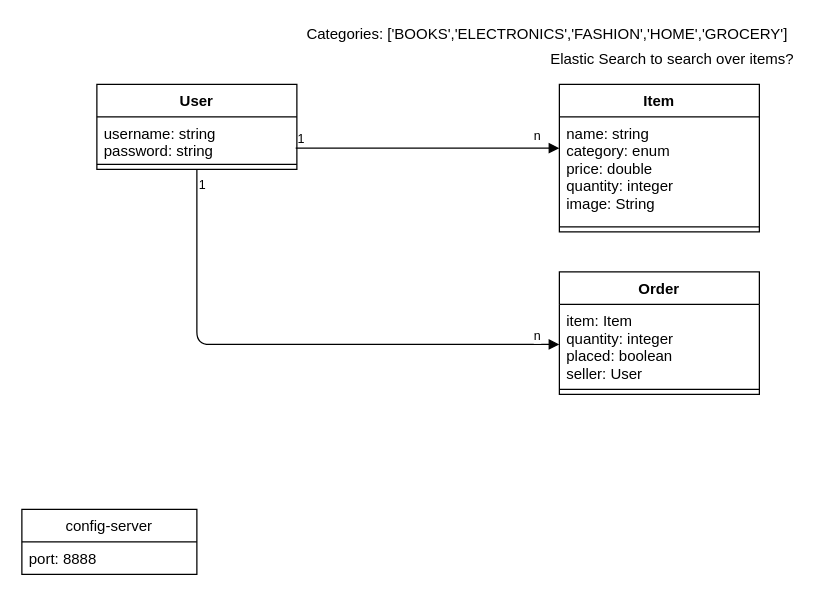
aarnav982023/retailApplicationBackend keeps this draw.io diagram as Retail Application UML.drawio. Above is the earlier version. Source tidied: cells renumbered, new cells numbered last; positions are measured from the earlier drawing's top-left corner, leaving out a move shared by most shapes. Both pictures are drawn from the tidied source at 125%, with x=0, y=0 at pixel (21, 21).
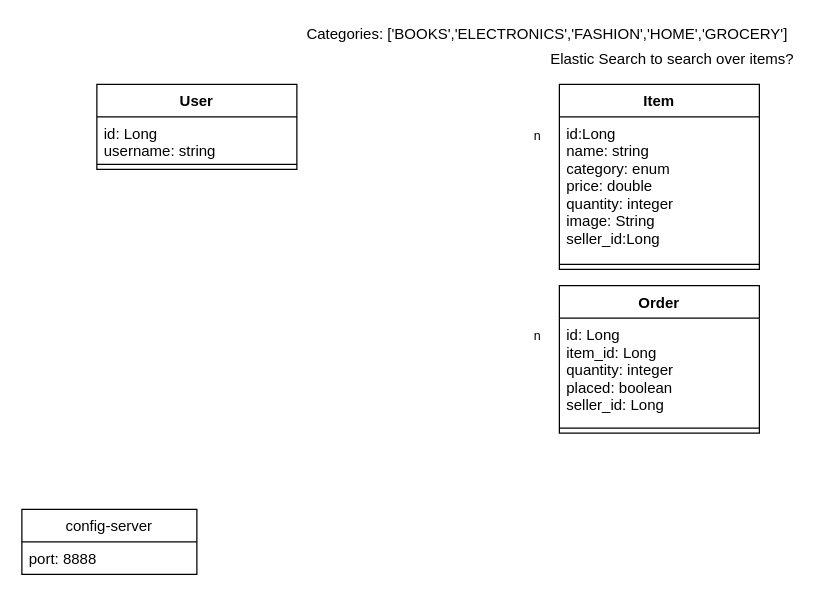
After the change.

The change refers to these unchanged cells:
```xml
<mxCell id="6" value="User" style="swimlane;fontStyle=1;align=center;verticalAlign=top;horizontal=1;startSize=26;" parent="1" vertex="1">
  <mxGeometry x="60" y="50" width="160" height="68" as="geometry" />
</mxCell>
```

What changed in the source:
```diff
@@
-    <mxCell id="2" style="endArrow=block;endFill=1;html=1;edgeStyle=orthogonalEdgeStyle;align=left;verticalAlign=top;entryX=0;entryY=0.298;entryDx=0;entryDy=0;exitX=0.994;exitY=0.735;exitDx=0;exitDy=0;exitPerimeter=0;entryPerimeter=0;" parent="1" edge="1" source="7" target="16">
-      <mxGeometry x="-1" relative="1" as="geometry" />
-    </mxCell>
-    <mxCell id="3" value="1" style="html=1;align=left;verticalAlign=bottom;labelBackgroundColor=#ffffff;fontSize=10;" parent="2" vertex="1">
-      <mxGeometry x="-1" relative="1" as="geometry" />
-    </mxCell>
-    <mxCell id="4" style="endArrow=block;endFill=1;html=1;edgeStyle=orthogonalEdgeStyle;align=left;verticalAlign=top;entryX=0;entryY=0.5;entryDx=0;entryDy=0;exitX=0.5;exitY=1;exitDx=0;exitDy=0;" parent="1" edge="1" source="6" target="11">
-      <mxGeometry x="-1" relative="1" as="geometry" />
-    </mxCell>
-    <mxCell id="5" value="1" style="html=1;align=left;verticalAlign=bottom;labelBackgroundColor=#ffffff;fontSize=10;" parent="4" vertex="1">
-      <mxGeometry x="-1" relative="1" as="geometry">
-        <mxPoint y="20" as="offset" />
-      </mxGeometry>
-    </mxCell>
@@
-    <mxCell id="7" value="username: string&#10;password: string" style="text;strokeColor=none;fillColor=none;align=left;verticalAlign=top;spacingLeft=4;spacingRight=4;overflow=hidden;points=[[0,0.5],[1,0.5]];portConstraint=eastwest;" parent="6" vertex="1">
+    <mxCell id="7" value="id: Long&#10;username: string&#10;" style="text;strokeColor=none;fillColor=none;align=left;verticalAlign=top;spacingLeft=4;spacingRight=4;overflow=hidden;points=[[0,0.5],[1,0.5]];portConstraint=eastwest;" parent="6" vertex="1">
       <mxGeometry y="26" width="160" height="34" as="geometry" />
     </mxCell>
@@
-    <mxCell id="10" value="Order" style="swimlane;fontStyle=1;align=center;verticalAlign=top;horizontal=1;startSize=26;" parent="1" vertex="1">
-      <mxGeometry x="430" y="200" width="160" height="98" as="geometry" />
-    </mxCell>
-    <mxCell id="11" value="item: Item&#10;quantity: integer&#10;placed: boolean&#10;seller: User" style="text;strokeColor=none;fillColor=none;align=left;verticalAlign=top;spacingLeft=4;spacingRight=4;overflow=hidden;points=[[0,0.5],[1,0.5]];portConstraint=eastwest;" parent="10" vertex="1">
-      <mxGeometry y="26" width="160" height="64" as="geometry" />
-    </mxCell>
-    <mxCell id="12" style="line;strokeWidth=1;fillColor=none;align=left;verticalAlign=middle;spacingTop=-1;spacingLeft=3;spacingRight=3;labelPosition=right;" parent="10" vertex="1">
-      <mxGeometry y="90" width="160" height="8" as="geometry" />
-    </mxCell>
@@
     <mxCell id="15" value="Item" style="swimlane;fontStyle=1;align=center;verticalAlign=top;horizontal=1;startSize=26;" parent="1" vertex="1">
-      <mxGeometry x="430" y="50" width="160" height="118" as="geometry" />
+      <mxGeometry x="430" y="50" width="160" height="148" as="geometry" />
     </mxCell>
-    <mxCell id="16" value="name: string&#10;category: enum&#10;price: double&#10;quantity: integer&#10;image: String" style="text;strokeColor=none;fillColor=none;align=left;verticalAlign=top;spacingLeft=4;spacingRight=4;overflow=hidden;points=[[0,0.5],[1,0.5]];portConstraint=eastwest;" parent="15" vertex="1">
-      <mxGeometry y="26" width="160" height="84" as="geometry" />
+    <mxCell id="16" value="id:Long&#10;name: string&#10;category: enum&#10;price: double&#10;quantity: integer&#10;image: String&#10;seller_id:Long" style="text;strokeColor=none;fillColor=none;align=left;verticalAlign=top;spacingLeft=4;spacingRight=4;overflow=hidden;points=[[0,0.5],[1,0.5]];portConstraint=eastwest;" parent="15" vertex="1">
+      <mxGeometry y="26" width="160" height="114" as="geometry" />
     </mxCell>
     <mxCell id="17" style="line;strokeWidth=1;fillColor=none;align=left;verticalAlign=middle;spacingTop=-1;spacingLeft=3;spacingRight=3;labelPosition=right;" parent="15" vertex="1">
-      <mxGeometry y="110" width="160" height="8" as="geometry" />
+      <mxGeometry y="140" width="160" height="8" as="geometry" />
     </mxCell>
@@
+    <mxCell id="10" value="Order" style="swimlane;fontStyle=1;align=center;verticalAlign=top;horizontal=1;startSize=26;" parent="1" vertex="1">
+      <mxGeometry x="430" y="211" width="160" height="118" as="geometry" />
+    </mxCell>
+    <mxCell id="11" value="id: Long&#10;item_id: Long&#10;quantity: integer&#10;placed: boolean&#10;seller_id: Long" style="text;strokeColor=none;fillColor=none;align=left;verticalAlign=top;spacingLeft=4;spacingRight=4;overflow=hidden;points=[[0,0.5],[1,0.5]];portConstraint=eastwest;" parent="10" vertex="1">
+      <mxGeometry y="26" width="160" height="84" as="geometry" />
+    </mxCell>
+    <mxCell id="12" style="line;strokeWidth=1;fillColor=none;align=left;verticalAlign=middle;spacingTop=-1;spacingLeft=3;spacingRight=3;labelPosition=right;" parent="10" vertex="1">
+      <mxGeometry y="110" width="160" height="8" as="geometry" />
+    </mxCell>
```
